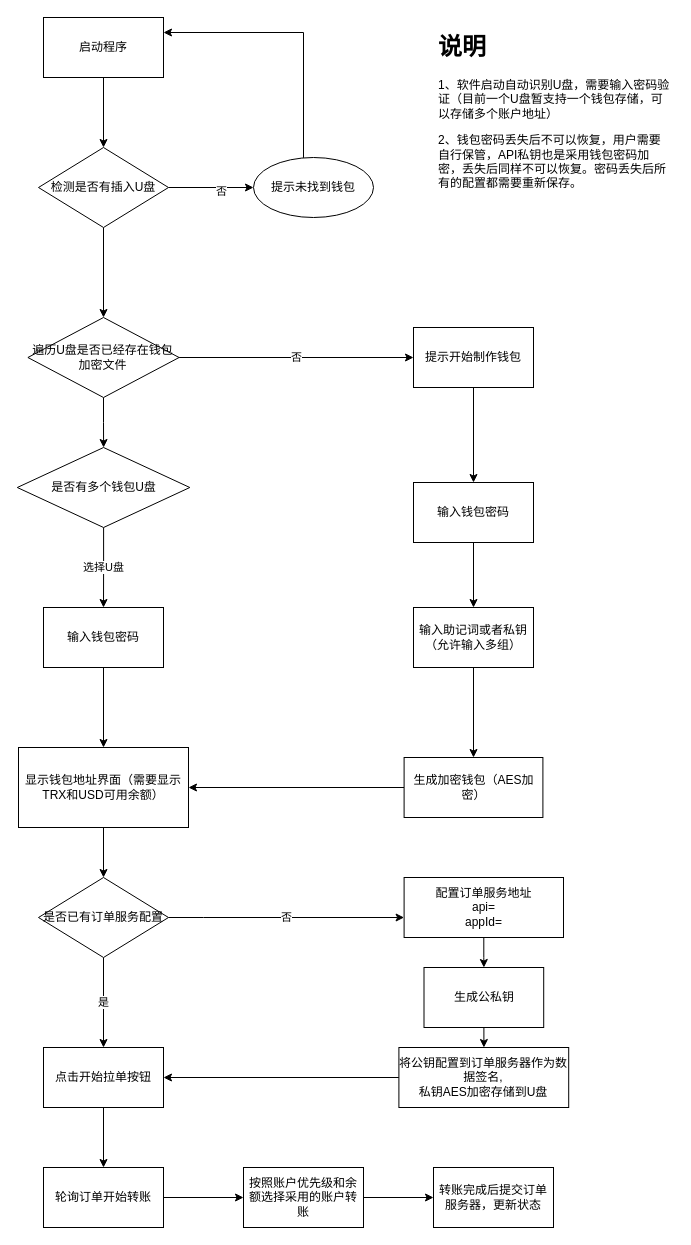
The draw.io diagram usb.drawio in dovezat/drawio, before the edit. Source tidied: cells renumbered, new cells numbered last; positions are measured from the earlier drawing's top-left corner, leaving out a move shared by most shapes. Both pictures are drawn from the tidied source at 100%, with x=0, y=0 at pixel (17, 17).
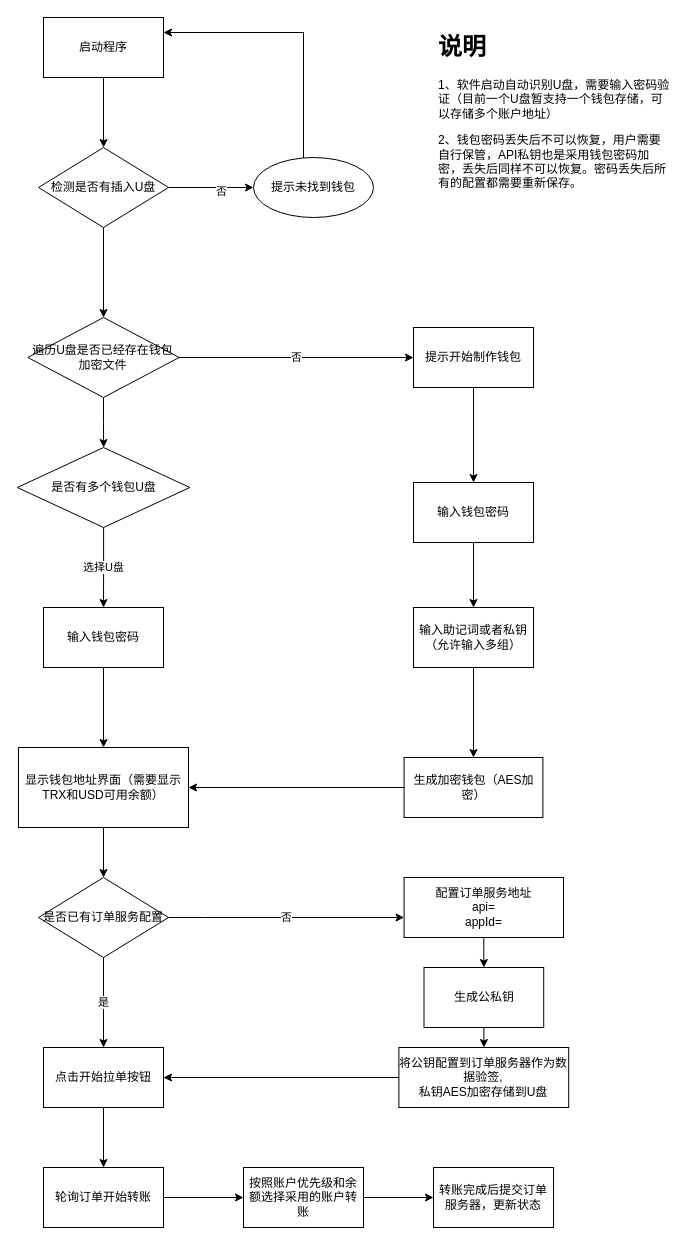
The same page after the edit.

The edit, as a diff of the source:
```diff
@@
-    <mxCell id="39" value="将公钥配置到订单服务器作为数据签名,&lt;br&gt;私钥AES加密存储到U盘" style="whiteSpace=wrap;html=1;" parent="1" vertex="1">
+    <mxCell id="39" value="将公钥配置到订单服务器作为数据验签,&lt;br&gt;私钥AES加密存储到U盘" style="whiteSpace=wrap;html=1;" parent="1" vertex="1">
       <mxGeometry x="381.4" y="1030" width="169.8" height="60" as="geometry" />
     </mxCell>
```
